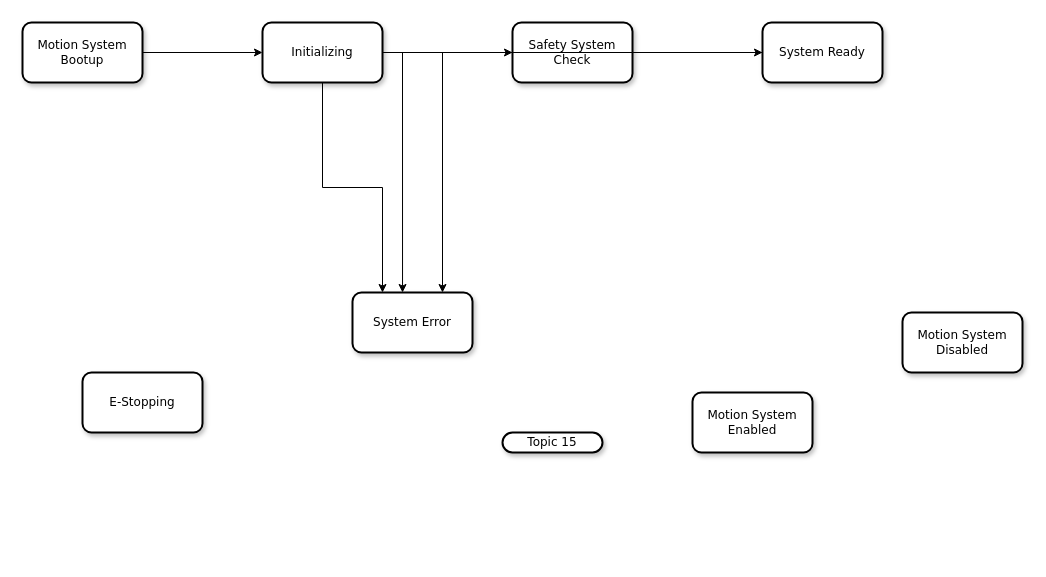
Above: Untitled Diagram.drawio in dotbaro/samples (draw.io), before the change. Source tidied: cells renumbered, new cells numbered last; positions are measured from the earlier drawing's top-left corner, leaving out a move shared by most shapes. Both pictures are drawn from the tidied source at 100%, with x=0, y=0 at pixel (22, 22).
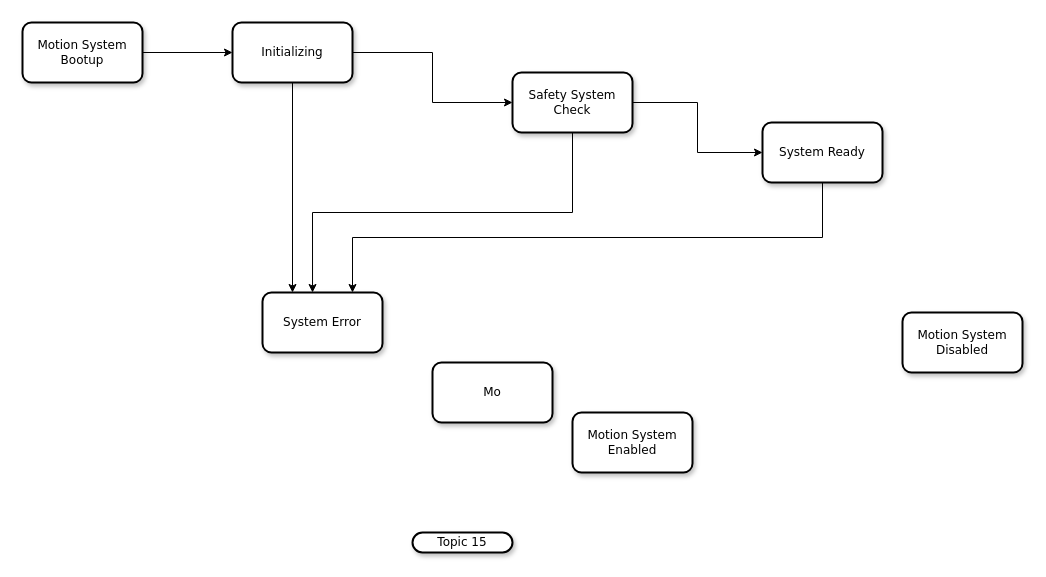
The same diagram, later.

Commit message:
Motion Base - State Diagram

The edit, as a diff of the source:
```diff
@@
 <mxGraphModel background="#ffffff">
   <root>
     <mxCell id="0" />
     <mxCell id="1" parent="0" />
     <mxCell id="2" style="edgeStyle=orthogonalEdgeStyle;rounded=0;jettySize=auto;html=1;entryX=0;entryY=0.5;entryDx=0;entryDy=0;" parent="1" edge="1" source="3" target="14">
       <mxGeometry relative="1" as="geometry" />
     </mxCell>
     <mxCell id="3" value="Motion System Bootup" style="rounded=1;whiteSpace=wrap;html=1;shadow=1;comic=0;labelBackgroundColor=none;strokeColor=#000000;strokeWidth=2;fillColor=#FFFFFF;fontFamily=Verdana;fontSize=12;fontColor=#000000;align=center;" parent="1" vertex="1">
       <mxGeometry width="120" height="60" as="geometry" />
     </mxCell>
     <mxCell id="4" value="&lt;span&gt;Topic 15&lt;/span&gt;" style="whiteSpace=wrap;html=1;rounded=1;shadow=1;comic=0;labelBackgroundColor=none;strokeColor=#000000;strokeWidth=2;fillColor=#FFFFFF;fontFamily=Verdana;fontSize=12;fontColor=#000000;align=center;arcSize=50;" parent="1" vertex="1">
-      <mxGeometry x="480" y="410" width="100" height="20" as="geometry" />
+      <mxGeometry x="390" y="510" width="100" height="20" as="geometry" />
     </mxCell>
     <mxCell id="5" style="edgeStyle=orthogonalEdgeStyle;rounded=0;jettySize=auto;html=1;entryX=0;entryY=0.5;entryDx=0;entryDy=0;" parent="1" edge="1" source="7" target="11">
       <mxGeometry relative="1" as="geometry" />
     </mxCell>
-    <mxCell id="6" style="edgeStyle=orthogonalEdgeStyle;rounded=0;jettySize=auto;html=1;entryX=0.417;entryY=0;entryDx=0;entryDy=0;entryPerimeter=0;" parent="1" edge="1" source="7" target="15">
+    <mxCell id="6" style="edgeStyle=orthogonalEdgeStyle;rounded=0;jettySize=auto;html=1;entryX=0.417;entryY=0;entryDx=0;entryDy=0;entryPerimeter=0;exitX=0.5;exitY=1;exitDx=0;exitDy=0;" parent="1" edge="1" source="7" target="15">
       <mxGeometry relative="1" as="geometry" />
     </mxCell>
     <mxCell id="7" value="Safety System Check" style="rounded=1;whiteSpace=wrap;html=1;shadow=1;comic=0;labelBackgroundColor=none;strokeColor=#000000;strokeWidth=2;fillColor=#FFFFFF;fontFamily=Verdana;fontSize=12;fontColor=#000000;align=center;" parent="1" vertex="1">
-      <mxGeometry x="490" width="120" height="60" as="geometry" />
+      <mxGeometry x="490" y="50" width="120" height="60" as="geometry" />
     </mxCell>
     <mxCell id="8" value="Motion System Enabled" style="rounded=1;whiteSpace=wrap;html=1;shadow=1;comic=0;labelBackgroundColor=none;strokeColor=#000000;strokeWidth=2;fillColor=#FFFFFF;fontFamily=Verdana;fontSize=12;fontColor=#000000;align=center;" parent="1" vertex="1">
-      <mxGeometry x="670" y="370" width="120" height="60" as="geometry" />
+      <mxGeometry x="550" y="390" width="120" height="60" as="geometry" />
     </mxCell>
     <mxCell id="9" value="Motion System&lt;br&gt;Disabled" style="rounded=1;whiteSpace=wrap;html=1;shadow=1;comic=0;labelBackgroundColor=none;strokeColor=#000000;strokeWidth=2;fillColor=#FFFFFF;fontFamily=Verdana;fontSize=12;fontColor=#000000;align=center;" parent="1" vertex="1">
       <mxGeometry x="880" y="290" width="120" height="60" as="geometry" />
     </mxCell>
-    <mxCell id="10" style="edgeStyle=orthogonalEdgeStyle;rounded=0;jettySize=auto;html=1;entryX=0.75;entryY=0;entryDx=0;entryDy=0;" parent="1" edge="1" source="11" target="15">
+    <mxCell id="10" style="edgeStyle=orthogonalEdgeStyle;rounded=0;jettySize=auto;html=1;entryX=0.75;entryY=0;entryDx=0;entryDy=0;exitX=0.5;exitY=1;exitDx=0;exitDy=0;" parent="1" edge="1" source="11" target="15">
       <mxGeometry relative="1" as="geometry" />
     </mxCell>
     <mxCell id="11" value="System Ready" style="rounded=1;whiteSpace=wrap;html=1;shadow=1;comic=0;labelBackgroundColor=none;strokeColor=#000000;strokeWidth=2;fillColor=#FFFFFF;fontFamily=Verdana;fontSize=12;fontColor=#000000;align=center;" parent="1" vertex="1">
-      <mxGeometry x="740" width="120" height="60" as="geometry" />
+      <mxGeometry x="740" y="100" width="120" height="60" as="geometry" />
     </mxCell>
     <mxCell id="12" style="edgeStyle=orthogonalEdgeStyle;rounded=0;jettySize=auto;html=1;entryX=0;entryY=0.5;entryDx=0;entryDy=0;" parent="1" edge="1" source="14" target="7">
       <mxGeometry relative="1" as="geometry" />
     </mxCell>
     <mxCell id="13" style="edgeStyle=orthogonalEdgeStyle;rounded=0;jettySize=auto;html=1;entryX=0.25;entryY=0;entryDx=0;entryDy=0;" parent="1" edge="1" source="14" target="15">
       <mxGeometry relative="1" as="geometry" />
     </mxCell>
     <mxCell id="14" value="Initializing" style="rounded=1;whiteSpace=wrap;html=1;shadow=1;comic=0;labelBackgroundColor=none;strokeColor=#000000;strokeWidth=2;fillColor=#FFFFFF;fontFamily=Verdana;fontSize=12;fontColor=#000000;align=center;" parent="1" vertex="1">
-      <mxGeometry x="240" width="120" height="60" as="geometry" />
+      <mxGeometry x="210" width="120" height="60" as="geometry" />
     </mxCell>
     <mxCell id="15" value="System Error" style="rounded=1;whiteSpace=wrap;html=1;shadow=1;comic=0;labelBackgroundColor=none;strokeColor=#000000;strokeWidth=2;fillColor=#FFFFFF;fontFamily=Verdana;fontSize=12;fontColor=#000000;align=center;" parent="1" vertex="1">
-      <mxGeometry x="330" y="270" width="120" height="60" as="geometry" />
+      <mxGeometry x="240" y="270" width="120" height="60" as="geometry" />
     </mxCell>
-    <mxCell id="16" value="E-Stopping" style="rounded=1;whiteSpace=wrap;html=1;shadow=1;comic=0;labelBackgroundColor=none;strokeColor=#000000;strokeWidth=2;fillColor=#FFFFFF;fontFamily=Verdana;fontSize=12;fontColor=#000000;align=center;" parent="1" vertex="1">
-      <mxGeometry x="60" y="350" width="120" height="60" as="geometry" />
+    <mxCell id="16" value="Mo" style="rounded=1;whiteSpace=wrap;html=1;shadow=1;comic=0;labelBackgroundColor=none;strokeColor=#000000;strokeWidth=2;fillColor=#FFFFFF;fontFamily=Verdana;fontSize=12;fontColor=#000000;align=center;" parent="1" vertex="1">
+      <mxGeometry x="410" y="340" width="120" height="60" as="geometry" />
     </mxCell>
   </root>
 </mxGraphModel>
```
